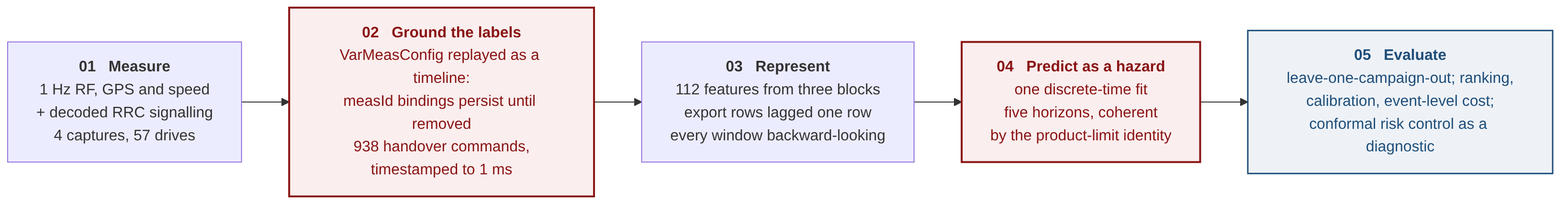
Above: latex/figures/m14_framework.png in SS-Abeer13/Handover-Prediction-Thesis (Mermaid), before the change. Its source is kept beside it as Presentation/mermaid/m14_framework.mmd.
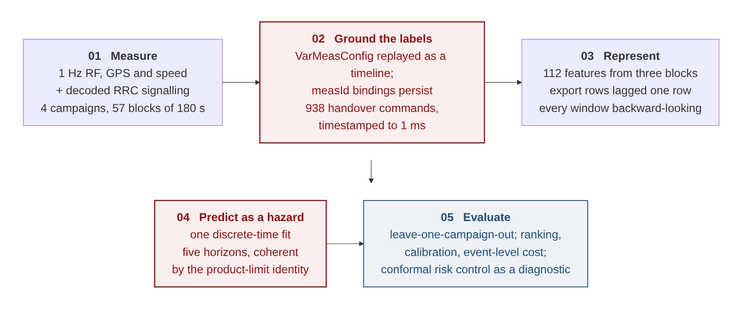
Later version of the same file.

What changed in the source:
```diff
@@ -1,11 +1,18 @@
-%%{init: {"flowchart": {"wrappingWidth": 260}}}%%
-flowchart LR
-  A["<b>01 &nbsp; Measure</b><br/>1 Hz RF, GPS and speed<br/>+ decoded RRC signalling<br/>4 captures, 57 drives"] --> B["<b>02 &nbsp; Ground the labels</b><br/>VarMeasConfig replayed as a timeline:<br/>measId bindings persist until removed<br/>938 handover commands,<br/>timestamped to 1 ms"]
-  B --> C["<b>03 &nbsp; Represent</b><br/>112 features from three blocks<br/>export rows lagged one row<br/>every window backward-looking"]
-  C --> D["<b>04 &nbsp; Predict as a hazard</b><br/>one discrete-time fit<br/>five horizons, coherent<br/>by the product-limit identity"]
-  D --> E["<b>05 &nbsp; Evaluate</b><br/>leave-one-campaign-out; ranking,<br/>calibration, event-level cost;<br/>conformal risk control as a diagnostic"]
+%%{init: {"themeVariables": {"fontSize": "20px"}, "flowchart": {"wrappingWidth": 330, "nodeSpacing": 40, "rankSpacing": 40}}}%%
+flowchart TB
+  subgraph r1 [" "]
+    direction LR
+    A["<b>01 &nbsp; Measure</b><br/>1 Hz RF, GPS and speed<br/>+ decoded RRC signalling<br/>4 campaigns, 57 blocks of 180 s"] --> B["<b>02 &nbsp; Ground the labels</b><br/>VarMeasConfig replayed as a timeline;<br/>measId bindings persist<br/>938 handover commands,<br/>timestamped to 1 ms"] --> C["<b>03 &nbsp; Represent</b><br/>112 features from three blocks<br/>export rows lagged one row<br/>every window backward-looking"]
+  end
+  subgraph r2 [" "]
+    direction LR
+    D["<b>04 &nbsp; Predict as a hazard</b><br/>one discrete-time fit<br/>five horizons, coherent<br/>by the product-limit identity"] --> E["<b>05 &nbsp; Evaluate</b><br/>leave-one-campaign-out; ranking,<br/>calibration, event-level cost;<br/>conformal risk control as a diagnostic"]
+  end
+  r1 --> r2
   classDef hi fill:#fbeeee,stroke:#891313,stroke-width:2px,color:#891313;
   classDef mid fill:#eef2f7,stroke:#1f4e79,stroke-width:1.5px,color:#1f4e79;
   class B hi;
   class D hi;
   class E mid;
+  style r1 fill:#ffffff,stroke:#ffffff
+  style r2 fill:#ffffff,stroke:#ffffff
```
